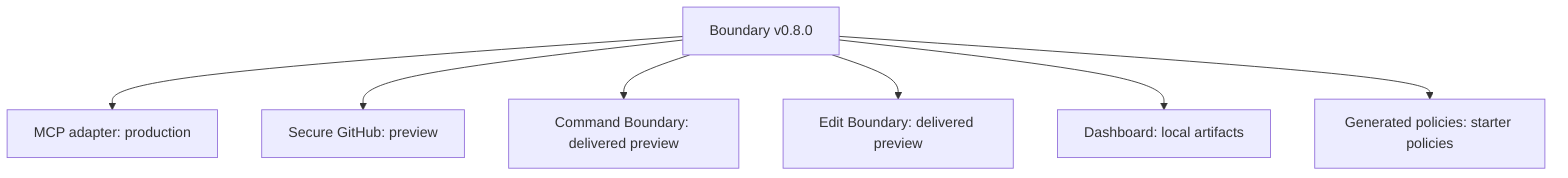
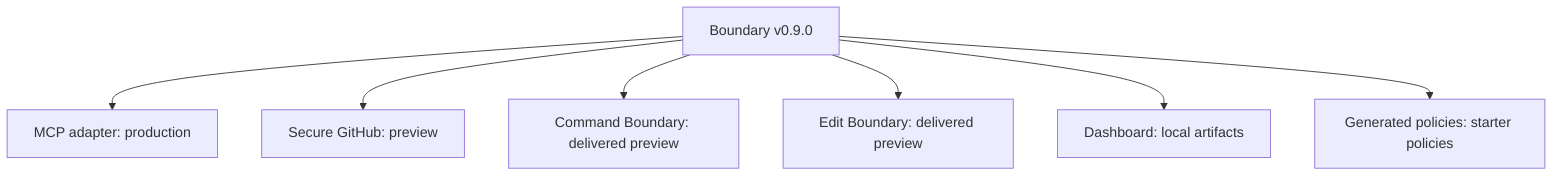
flowchart TB
-   B[Boundary v0.8.0] --> M[MCP adapter: production]
+   B[Boundary v0.9.0] --> M[MCP adapter: production]
  B --> G[Secure GitHub: preview]
  B --> C[Command Boundary: delivered preview]
  B --> E[Edit Boundary: delivered preview]
  B --> D[Dashboard: local artifacts]
  B --> P[Generated policies: starter policies]
